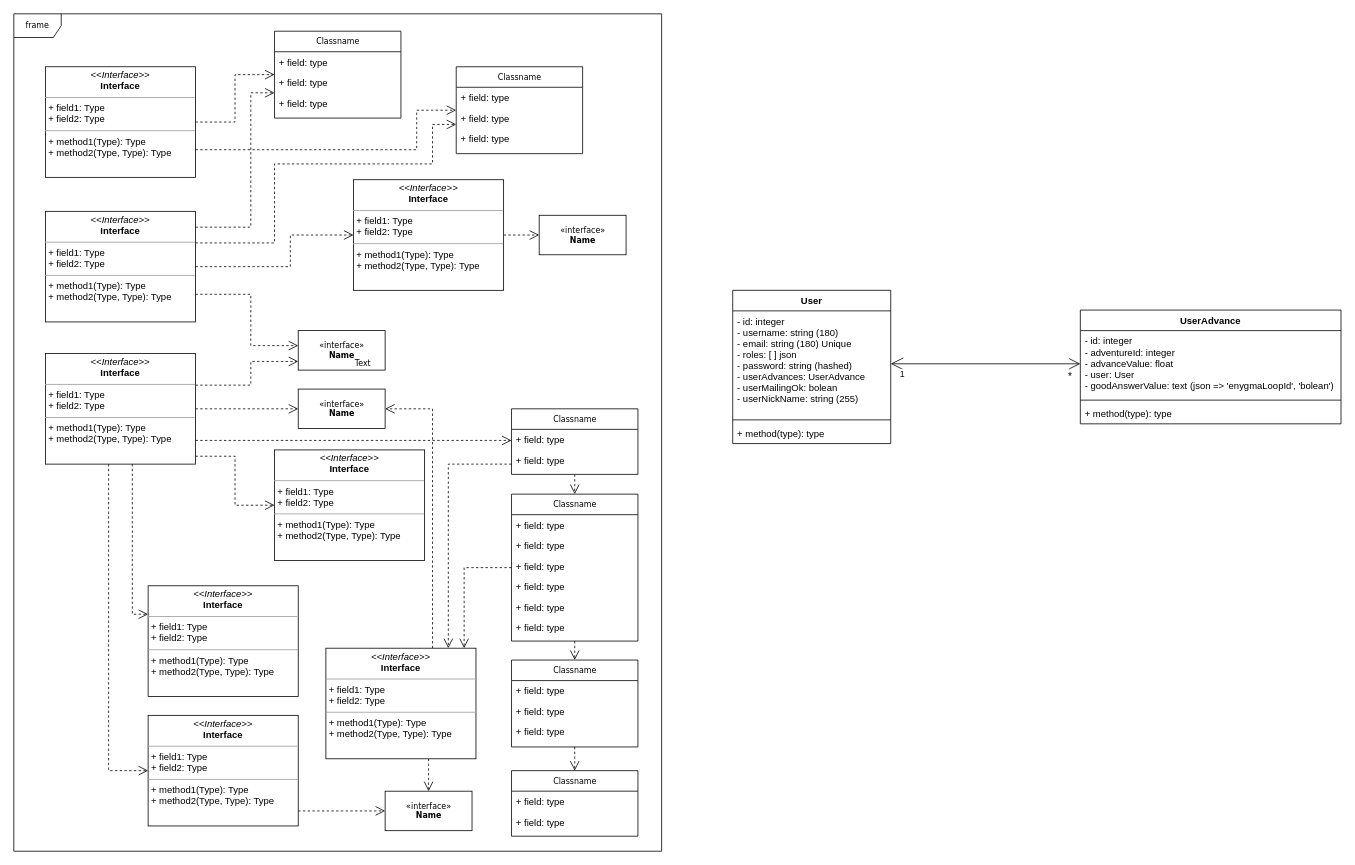
The draw.io diagram entites.drawio in dlaxcess/citygmaUML, before the edit. Source tidied: cells renumbered, new cells numbered last; positions are measured from the earlier drawing's top-left corner, leaving out a move shared by most shapes. Both pictures are drawn from the tidied source at 79%, with x=0, y=0 at pixel (13, 13).
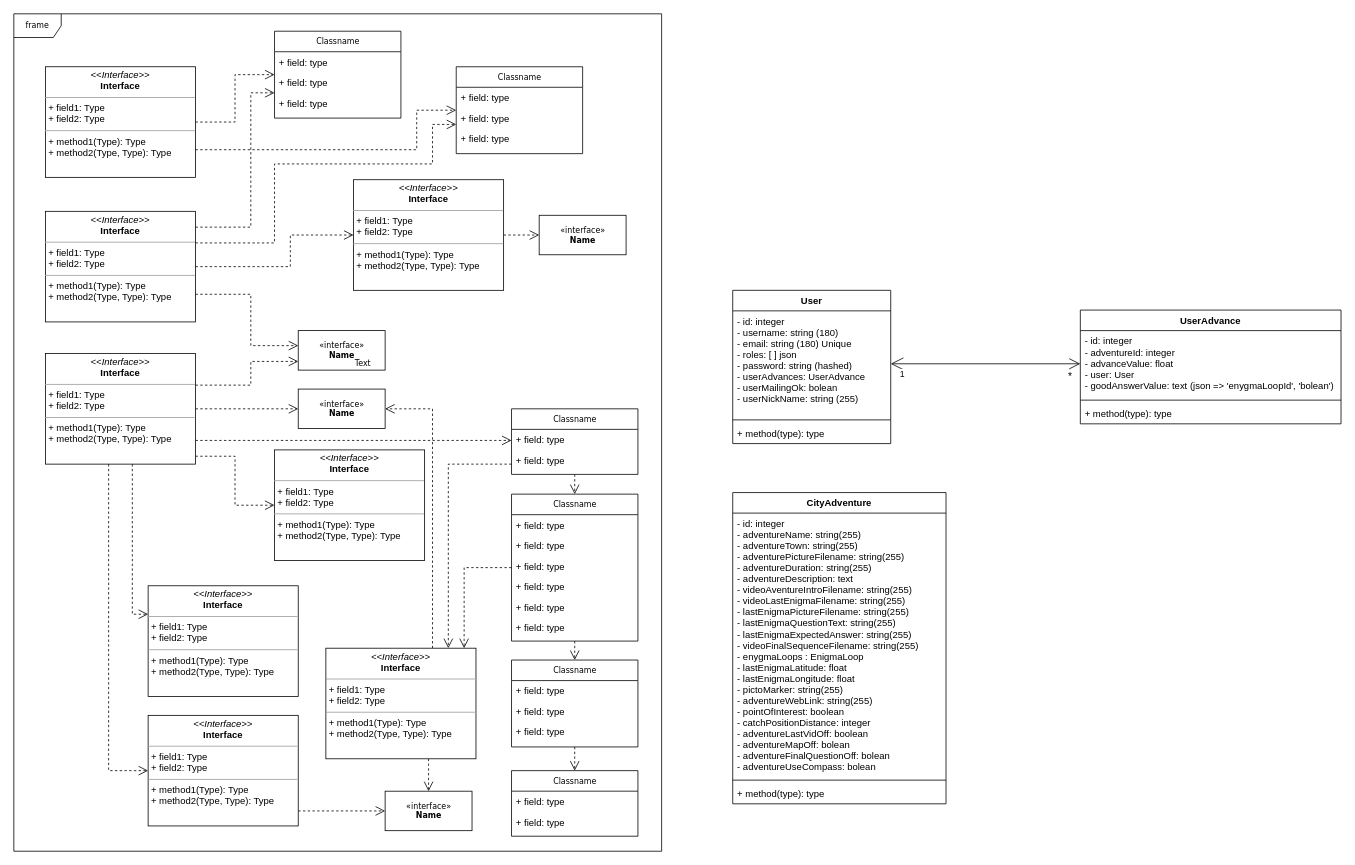
The same diagram, later.

What changed in the source:
```diff
@@
+    <mxCell id="73" value="CityAdventure" style="swimlane;fontStyle=1;align=center;verticalAlign=top;horizontal=1;startSize=26;" parent="1" vertex="1">
+      <mxGeometry x="910" y="606" width="270" height="394" as="geometry" />
+    </mxCell>
+    <mxCell id="74" value="- id: integer&#10;- adventureName: string(255)&#10;- adventureTown: string(255)&#10;- adventurePictureFilename: string(255)&#10;- adventureDuration: string(255)&#10;- adventureDescription: text&#10;- videoAventureIntroFilename: string(255)&#10;- videoLastEnigmaFilename: string(255)&#10;- lastEnigmaPictureFilename: string(255)&#10;- lastEnigmaQuestionText: string(255)&#10;- lastEnigmaExpectedAnswer: string(255)&#10;- videoFinalSequenceFilename: string(255)&#10;- enygmaLoops : EnigmaLoop&#10;- lastEnigmaLatitude: float&#10;- lastEnigmaLongitude: float&#10;- pictoMarker: string(255)&#10;- adventureWebLink: string(255)&#10;- pointOfInterest: boolean&#10;- catchPositionDistance: integer&#10;- adventureLastVidOff: boolean&#10;- adventureMapOff: bolean&#10;- adventureFinalQuestionOff: bolean&#10;- adventureUseCompass: bolean" style="text;strokeColor=none;fillColor=none;align=left;verticalAlign=top;spacingLeft=4;spacingRight=4;overflow=hidden;" parent="73" vertex="1">
+      <mxGeometry y="26" width="270" height="334" as="geometry" />
+    </mxCell>
+    <mxCell id="75" style="line;strokeWidth=1;fillColor=none;align=left;verticalAlign=middle;spacingTop=-1;spacingLeft=3;spacingRight=3;labelPosition=right;" parent="73" vertex="1">
+      <mxGeometry y="360" width="270" height="8" as="geometry" />
+    </mxCell>
+    <mxCell id="76" value="+ method(type): type" style="text;strokeColor=none;fillColor=none;align=left;verticalAlign=top;spacingLeft=4;spacingRight=4;overflow=hidden;" parent="73" vertex="1">
+      <mxGeometry y="368" width="270" height="26" as="geometry" />
+    </mxCell>
```
